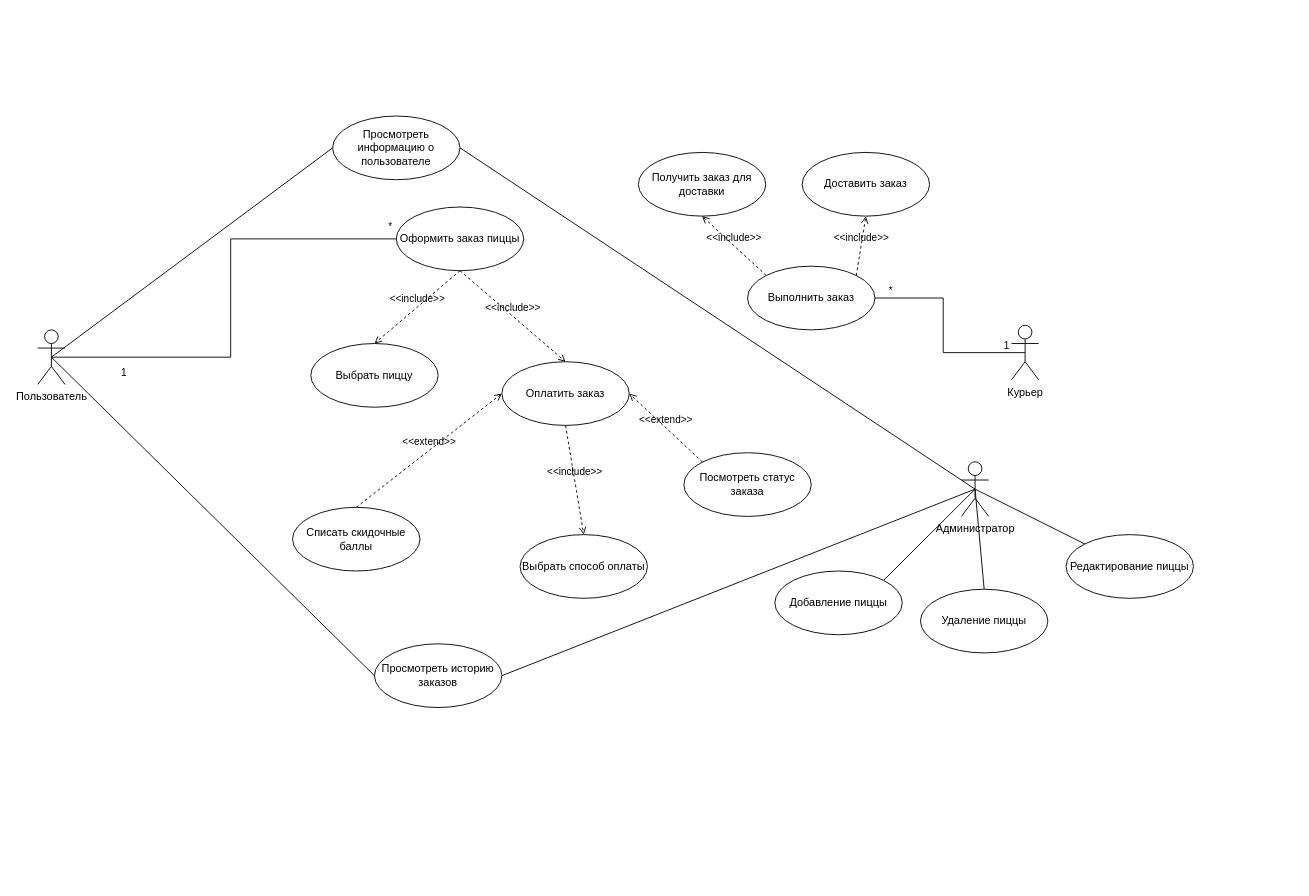
The draw.io diagram ВариантыИспользования.drawio in hard-gainer/UML, before the edit. Source tidied: cells renumbered, new cells numbered last; positions are measured from the earlier drawing's top-left corner, leaving out a move shared by most shapes. Both pictures are drawn from the tidied source at 91%, with x=0, y=0 at pixel (37, 116).
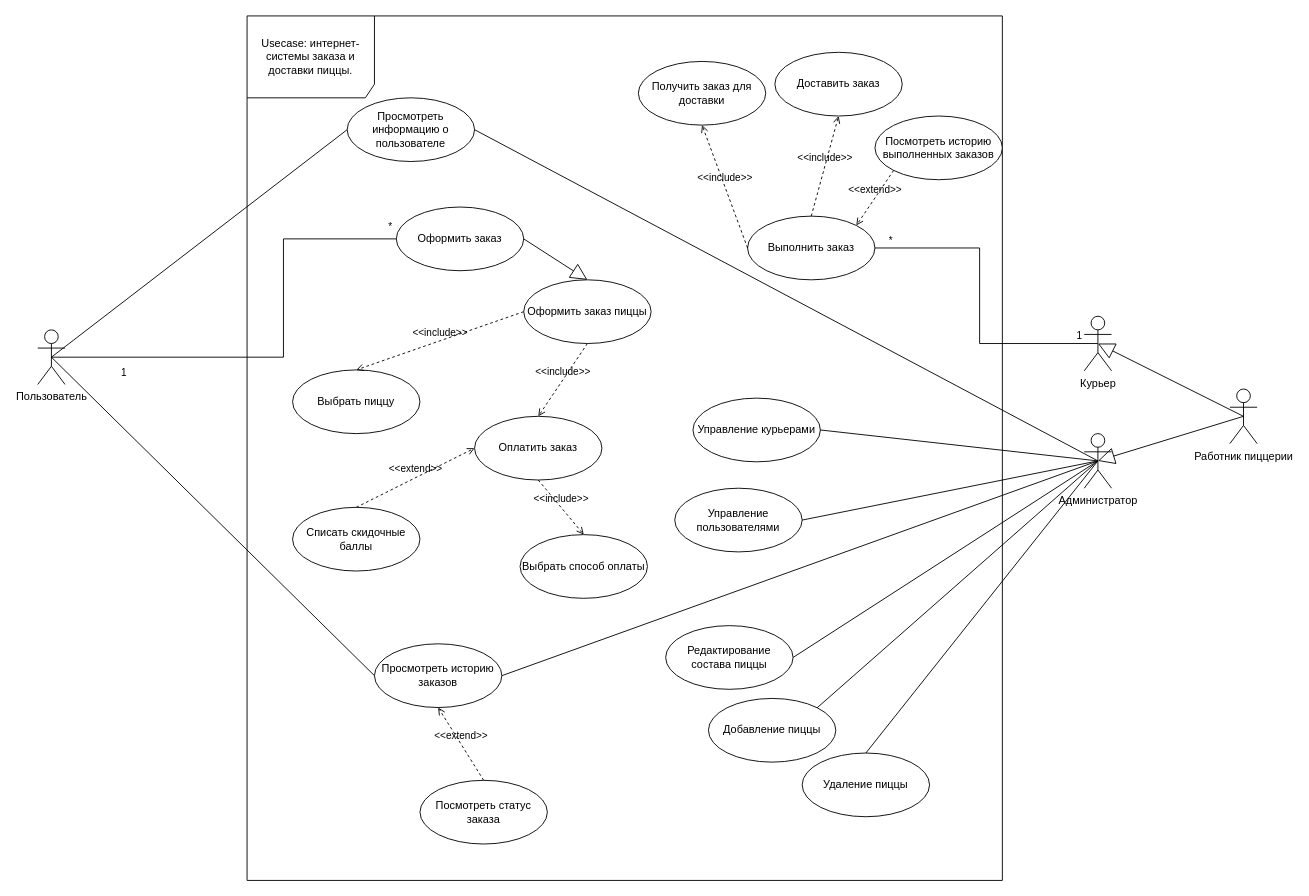
The same page after the edit.

The change refers to these unchanged cells:
```xml
<mxCell id="2" value="Пользователь" style="shape=umlActor;verticalLabelPosition=bottom;verticalAlign=top;html=1;outlineConnect=0;labelPosition=center;align=center;" parent="1" vertex="1">
  <mxGeometry y="235" width="30" height="60" as="geometry" />
</mxCell>
<mxCell id="11" value="Просмотреть историю заказов" style="ellipse;whiteSpace=wrap;html=1;" parent="1" vertex="1">
  <mxGeometry x="370" y="580" width="140" height="70" as="geometry" />
</mxCell>
```

The edit, as a diff of the source:
```diff
@@
     <mxCell id="3" value="Курьер" style="shape=umlActor;verticalLabelPosition=bottom;verticalAlign=top;html=1;outlineConnect=0;labelPosition=center;align=center;" parent="1" vertex="1">
-      <mxGeometry x="1070" y="230" width="30" height="60" as="geometry" />
+      <mxGeometry x="1150" y="220" width="30" height="60" as="geometry" />
     </mxCell>
     <mxCell id="4" value="Выбрать пиццу" style="ellipse;whiteSpace=wrap;html=1;" parent="1" vertex="1">
-      <mxGeometry x="300" y="250" width="140" height="70" as="geometry" />
+      <mxGeometry x="280" y="279" width="140" height="70" as="geometry" />
     </mxCell>
-    <mxCell id="5" value="Оформить заказ пиццы" style="ellipse;whiteSpace=wrap;html=1;" parent="1" vertex="1">
+    <mxCell id="5" value="Оформить заказ" style="ellipse;whiteSpace=wrap;html=1;" parent="1" vertex="1">
       <mxGeometry x="394" y="100" width="140" height="70" as="geometry" />
     </mxCell>
     <mxCell id="6" value="Доставить заказ" style="ellipse;whiteSpace=wrap;html=1;" parent="1" vertex="1">
-      <mxGeometry x="840" y="40" width="140" height="70" as="geometry" />
+      <mxGeometry x="810" y="-70" width="140" height="70" as="geometry" />
     </mxCell>
@@
     <mxCell id="8" value="Оплатить заказ" style="ellipse;whiteSpace=wrap;html=1;" parent="1" vertex="1">
-      <mxGeometry x="510" y="270" width="140" height="70" as="geometry" />
+      <mxGeometry x="480" y="330" width="140" height="70" as="geometry" />
     </mxCell>
@@
     <mxCell id="10" value="Выполнить заказ" style="ellipse;whiteSpace=wrap;html=1;" parent="1" vertex="1">
-      <mxGeometry x="780" y="165" width="140" height="70" as="geometry" />
+      <mxGeometry x="780" y="110" width="140" height="70" as="geometry" />
     </mxCell>
@@
-    <mxCell id="13" value="&amp;lt;&amp;lt;include&amp;gt;&amp;gt;" style="html=1;verticalAlign=bottom;labelBackgroundColor=none;endArrow=open;endFill=0;dashed=1;rounded=0;exitX=0.5;exitY=1;exitDx=0;exitDy=0;entryX=0.5;entryY=0;entryDx=0;entryDy=0;" parent="1" edge="1" source="5" target="4">
+    <mxCell id="13" value="&amp;lt;&amp;lt;include&amp;gt;&amp;gt;" style="html=1;verticalAlign=bottom;labelBackgroundColor=none;endArrow=open;endFill=0;dashed=1;rounded=0;exitX=0;exitY=0.5;exitDx=0;exitDy=0;entryX=0.5;entryY=0;entryDx=0;entryDy=0;" parent="1" edge="1" source="40" target="4">
       <mxGeometry relative="1" as="geometry" />
     </mxCell>
-    <mxCell id="14" value="&amp;lt;&amp;lt;include&amp;gt;&amp;gt;" style="html=1;verticalAlign=bottom;labelBackgroundColor=none;endArrow=open;endFill=0;dashed=1;rounded=0;exitX=0.5;exitY=1;exitDx=0;exitDy=0;entryX=0.5;entryY=0;entryDx=0;entryDy=0;" parent="1" edge="1" source="5" target="8">
+    <mxCell id="14" value="&amp;lt;&amp;lt;include&amp;gt;&amp;gt;" style="html=1;verticalAlign=bottom;labelBackgroundColor=none;endArrow=open;endFill=0;dashed=1;rounded=0;exitX=0.5;exitY=1;exitDx=0;exitDy=0;entryX=0.5;entryY=0;entryDx=0;entryDy=0;" parent="1" edge="1" source="40" target="8">
       <mxGeometry relative="1" as="geometry" />
     </mxCell>
@@
     <mxCell id="20" style="endArrow=none;html=1;edgeStyle=orthogonalEdgeStyle;rounded=0;exitX=0.5;exitY=0.5;exitDx=0;exitDy=0;exitPerimeter=0;entryX=0;entryY=0.5;entryDx=0;entryDy=0;" parent="1" edge="1" source="2" target="5">
       <mxGeometry relative="1" as="geometry">
         <Array as="points">
-          <mxPoint x="212" y="265" />
-          <mxPoint x="212" y="135" />
+          <mxPoint x="270" y="265" />
+          <mxPoint x="270" y="135" />
         </Array>
       </mxGeometry>
     </mxCell>
@@
     <mxCell id="23" value="Просмотреть информацию о пользователе" style="ellipse;whiteSpace=wrap;html=1;" parent="1" vertex="1">
-      <mxGeometry x="324" width="140" height="70" as="geometry" />
+      <mxGeometry x="340" y="-20" width="140" height="70" as="geometry" />
     </mxCell>
     <mxCell id="24" value="Посмотреть статус заказа" style="ellipse;whiteSpace=wrap;html=1;" parent="1" vertex="1">
-      <mxGeometry x="710" y="370" width="140" height="70" as="geometry" />
+      <mxGeometry x="420" y="730" width="140" height="70" as="geometry" />
     </mxCell>
     <mxCell id="25" value="Администратор" style="shape=umlActor;verticalLabelPosition=bottom;verticalAlign=top;html=1;outlineConnect=0;labelPosition=center;align=center;" parent="1" vertex="1">
-      <mxGeometry x="1015" y="380" width="30" height="60" as="geometry" />
+      <mxGeometry x="1150" y="349" width="30" height="60" as="geometry" />
     </mxCell>
     <mxCell id="26" value="Получить заказ для доставки" style="ellipse;whiteSpace=wrap;html=1;" parent="1" vertex="1">
-      <mxGeometry x="660" y="40" width="140" height="70" as="geometry" />
+      <mxGeometry x="660" y="-60" width="140" height="70" as="geometry" />
     </mxCell>
-    <mxCell id="27" value="&amp;lt;&amp;lt;include&amp;gt;&amp;gt;" style="html=1;verticalAlign=bottom;labelBackgroundColor=none;endArrow=open;endFill=0;dashed=1;rounded=0;exitX=0;exitY=0;exitDx=0;exitDy=0;entryX=0.5;entryY=1;entryDx=0;entryDy=0;" parent="1" edge="1" source="10" target="26">
+    <mxCell id="27" value="&amp;lt;&amp;lt;include&amp;gt;&amp;gt;" style="html=1;verticalAlign=bottom;labelBackgroundColor=none;endArrow=open;endFill=0;dashed=1;rounded=0;exitX=0;exitY=0.5;exitDx=0;exitDy=0;entryX=0.5;entryY=1;entryDx=0;entryDy=0;" parent="1" edge="1" source="10" target="26">
       <mxGeometry relative="1" as="geometry" />
     </mxCell>
-    <mxCell id="28" value="&amp;lt;&amp;lt;include&amp;gt;&amp;gt;" style="html=1;verticalAlign=bottom;labelBackgroundColor=none;endArrow=open;endFill=0;dashed=1;rounded=0;exitX=1;exitY=0;exitDx=0;exitDy=0;entryX=0.5;entryY=1;entryDx=0;entryDy=0;" parent="1" edge="1" source="10" target="6">
+    <mxCell id="28" value="&amp;lt;&amp;lt;include&amp;gt;&amp;gt;" style="html=1;verticalAlign=bottom;labelBackgroundColor=none;endArrow=open;endFill=0;dashed=1;rounded=0;exitX=0.5;exitY=0;exitDx=0;exitDy=0;entryX=0.5;entryY=1;entryDx=0;entryDy=0;" parent="1" edge="1" source="10" target="6">
       <mxGeometry relative="1" as="geometry" />
     </mxCell>
     <mxCell id="29" value="Удаление пиццы" style="ellipse;whiteSpace=wrap;html=1;" parent="1" vertex="1">
-      <mxGeometry x="970" y="520" width="140" height="70" as="geometry" />
+      <mxGeometry x="840" y="700" width="140" height="70" as="geometry" />
     </mxCell>
-    <mxCell id="30" value="Редактирование пиццы" style="ellipse;whiteSpace=wrap;html=1;" parent="1" vertex="1">
-      <mxGeometry x="1130" y="460" width="140" height="70" as="geometry" />
+    <mxCell id="30" value="Редактирование состава пиццы" style="ellipse;whiteSpace=wrap;html=1;" parent="1" vertex="1">
+      <mxGeometry x="690" y="560" width="140" height="70" as="geometry" />
     </mxCell>
     <mxCell id="31" value="Добавление пиццы" style="ellipse;whiteSpace=wrap;html=1;" parent="1" vertex="1">
-      <mxGeometry x="810" y="500" width="140" height="70" as="geometry" />
+      <mxGeometry x="737" y="640" width="140" height="70" as="geometry" />
     </mxCell>
@@
-    <mxCell id="34" style="endArrow=none;html=1;rounded=0;exitX=0;exitY=0;exitDx=0;exitDy=0;entryX=0.5;entryY=0.5;entryDx=0;entryDy=0;entryPerimeter=0;" parent="1" edge="1" source="30" target="25">
+    <mxCell id="34" style="endArrow=none;html=1;rounded=0;exitX=1;exitY=0.5;exitDx=0;exitDy=0;entryX=0.5;entryY=0.5;entryDx=0;entryDy=0;entryPerimeter=0;" parent="1" edge="1" source="30" target="25">
       <mxGeometry relative="1" as="geometry" />
     </mxCell>
@@
-    <mxCell id="36" value="&amp;lt;&amp;lt;extend&amp;gt;&amp;gt;" style="html=1;verticalAlign=bottom;labelBackgroundColor=none;endArrow=open;endFill=0;dashed=1;rounded=0;exitX=0;exitY=0;exitDx=0;exitDy=0;entryX=1;entryY=0.5;entryDx=0;entryDy=0;" parent="1" edge="1" source="24" target="8">
+    <mxCell id="36" value="&amp;lt;&amp;lt;extend&amp;gt;&amp;gt;" style="html=1;verticalAlign=bottom;labelBackgroundColor=none;endArrow=open;endFill=0;dashed=1;rounded=0;exitX=0.5;exitY=0;exitDx=0;exitDy=0;entryX=0.5;entryY=1;entryDx=0;entryDy=0;" parent="1" edge="1" source="24" target="11">
       <mxGeometry relative="1" as="geometry" />
     </mxCell>
@@
+    <mxCell id="39" value="Usecase: интернет-системы заказа и доставки пиццы." style="shape=umlFrame;whiteSpace=wrap;html=1;width=140;height=90;" parent="1" vertex="1">
+      <mxGeometry x="230" y="-110" width="830" height="950" as="geometry" />
+    </mxCell>
+    <mxCell id="40" value="Оформить заказ пиццы" style="ellipse;whiteSpace=wrap;html=1;" parent="1" vertex="1">
+      <mxGeometry x="534" y="180" width="140" height="70" as="geometry" />
+    </mxCell>
+    <mxCell id="41" style="endArrow=block;endSize=16;endFill=0;html=1;rounded=0;exitX=1;exitY=0.5;exitDx=0;exitDy=0;entryX=0.5;entryY=0;entryDx=0;entryDy=0;" parent="1" edge="1" source="5" target="40">
+      <mxGeometry relative="1" as="geometry" />
+    </mxCell>
+    <mxCell id="42" value="Работник пиццерии" style="shape=umlActor;verticalLabelPosition=bottom;verticalAlign=top;html=1;" parent="1" vertex="1">
+      <mxGeometry x="1310" y="300" width="30" height="60" as="geometry" />
+    </mxCell>
+    <mxCell id="43" style="endArrow=block;endSize=16;endFill=0;html=1;rounded=0;exitX=0.5;exitY=0.5;exitDx=0;exitDy=0;entryX=0.5;entryY=0.5;entryDx=0;entryDy=0;exitPerimeter=0;entryPerimeter=0;" parent="1" edge="1" source="42" target="3">
+      <mxGeometry relative="1" as="geometry" />
+    </mxCell>
+    <mxCell id="44" style="endArrow=block;endSize=16;endFill=0;html=1;rounded=0;exitX=0.5;exitY=0.5;exitDx=0;exitDy=0;entryX=0.5;entryY=0.5;entryDx=0;entryDy=0;exitPerimeter=0;entryPerimeter=0;" parent="1" edge="1" source="42" target="25">
+      <mxGeometry relative="1" as="geometry" />
+    </mxCell>
+    <mxCell id="45" value="Управление пользователями" style="ellipse;whiteSpace=wrap;html=1;" parent="1" vertex="1">
+      <mxGeometry x="700" y="409" width="140" height="70" as="geometry" />
+    </mxCell>
+    <mxCell id="46" style="endArrow=none;html=1;rounded=0;exitX=1;exitY=0.5;exitDx=0;exitDy=0;entryX=0.5;entryY=0.5;entryDx=0;entryDy=0;entryPerimeter=0;" parent="1" edge="1" source="45" target="25">
+      <mxGeometry relative="1" as="geometry" />
+    </mxCell>
+    <mxCell id="47" value="Управление курьерами" style="ellipse;whiteSpace=wrap;html=1;" parent="1" vertex="1">
+      <mxGeometry x="720" y="310" width="140" height="70" as="geometry" />
+    </mxCell>
+    <mxCell id="48" style="endArrow=none;html=1;rounded=0;entryX=1;entryY=0.5;entryDx=0;entryDy=0;exitX=0.5;exitY=0.5;exitDx=0;exitDy=0;exitPerimeter=0;" parent="1" edge="1" source="25" target="47">
+      <mxGeometry relative="1" as="geometry" />
+    </mxCell>
+    <mxCell id="49" value="Посмотреть историю выполненных заказов" style="ellipse;whiteSpace=wrap;html=1;" parent="1" vertex="1">
+      <mxGeometry x="920" width="140" height="70" as="geometry" />
+    </mxCell>
+    <mxCell id="50" value="&amp;lt;&amp;lt;extend&amp;gt;&amp;gt;" style="html=1;verticalAlign=bottom;labelBackgroundColor=none;endArrow=open;endFill=0;dashed=1;rounded=0;exitX=0;exitY=1;exitDx=0;exitDy=0;entryX=1;entryY=0;entryDx=0;entryDy=0;" parent="1" edge="1" source="49" target="10">
+      <mxGeometry relative="1" as="geometry" />
+    </mxCell>
```
